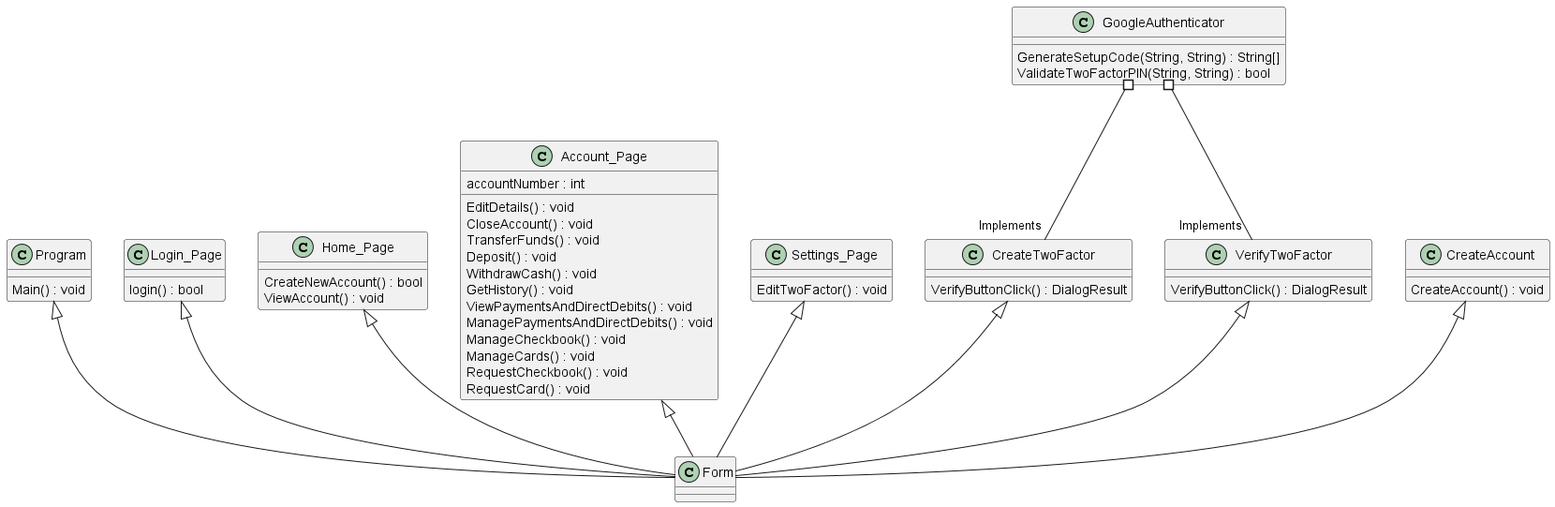
This is Diagrams/Class Diagrams/class diagram.png from MFSeng/ASE_Assessment, a PlantUML export, as it was before one commit. Source of this version:
```plantuml
@startuml

Program <|-- Form

Login_Page <|-- Form
Home_Page <|-- Form
Account_Page <|-- Form
Settings_Page <|-- Form

CreateTwoFactor <|-- Form
VerifyTwoFactor <|-- Form

CreateAccount <|-- Form

GoogleAuthenticator #-- "Implements" CreateTwoFactor
GoogleAuthenticator #-- "Implements" VerifyTwoFactor


class Login_Page{
	login() : bool
}

class GoogleAuthenticator{
	GenerateSetupCode(String, String) : String[]
	ValidateTwoFactorPIN(String, String) : bool
}

class CreateAccount {
	CreateAccount() : void
}


class CreateTwoFactor
{
	VerifyButtonClick() : DialogResult
}

class VerifyTwoFactor
{
	VerifyButtonClick() : DialogResult
}


class Settings_Page {
	EditTwoFactor() : void
}
class Home_Page {
	CreateNewAccount() : bool
	ViewAccount() : void
}

class Program
{
	Main() : void
}
class Account_Page {
	accountNumber : int
	EditDetails() : void
	CloseAccount() : void
	TransferFunds() : void
	Deposit() : void
	WithdrawCash() : void
	GetHistory() : void
	ViewPaymentsAndDirectDebits() : void
	ManagePaymentsAndDirectDebits() : void
	ManageCheckbook() : void
	ManageCards() : void
	RequestCheckbook() : void
	RequestCard() : void
}
@enduml
```
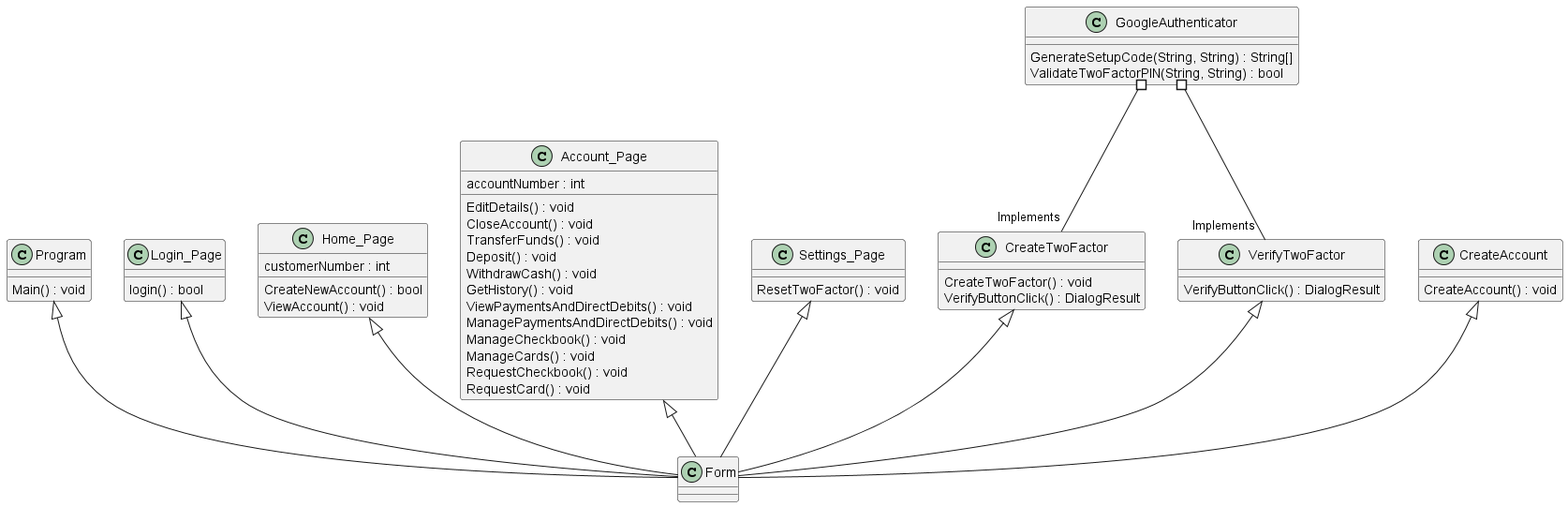
Later version of the same file.

Commit message:
Improvements to class and component diagrams

The edit, as a diff of the source:
```diff
@@ -32,6 +32,7 @@
 
 class CreateTwoFactor
 {
+	CreateTwoFactor() : void
 	VerifyButtonClick() : DialogResult
 }
 
@@ -42,9 +43,11 @@
 
 
 class Settings_Page {
-	EditTwoFactor() : void
+	ResetTwoFactor() : void
+
 }
 class Home_Page {
+	customerNumber : int
 	CreateNewAccount() : bool
 	ViewAccount() : void
 }
```
